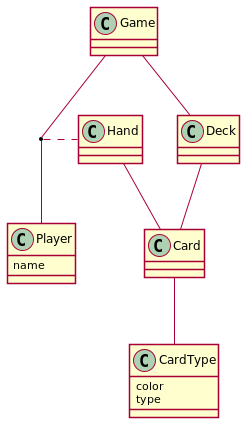
Earlier version of the PlantUML export asciidocs/images/class-diagramm.png (2122-3bhitm-itp/02-project-uno).
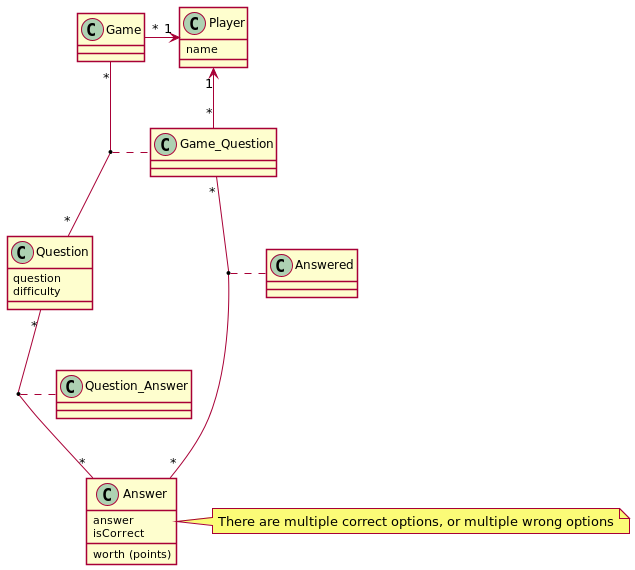
The same diagram one commit later.

Diff of the diagram source:
```diff
@@ -2,23 +2,48 @@
 skinparam backgroundcolor transparent
 skinparam shadowing false
 
-class Game {}
-class Player {
+top to bottom direction
+
+class Game{}
+
+class Player{
     name
 }
-class Hand {}
-class Card {}
-class Deck {}
-class CardType {
-    color
-    type
+
+class Question {
+    question
+    difficulty
 }
 
-Game -- Player
-(Player, Game) .. Hand
-Hand -- Card
-Card -- CardType
-Game -- Deck
-Deck -- Card
+class Answer{
+    answer
+    isCorrect
+    worth (points)
+}
 
+class Game_Question{}
+
+class Question_Answer{}
+
+class Answered{}
+
+Player "1" <-left- "*" Game
+
+Game_Question "*"-left->"1" Player
+
+Game "*" -- "*" Question
+
+(Game,Question) .. Game_Question
+
+Question "*"--"*" Answer
+
+Question_Answer .. (Question, Answer)
+
+Game_Question "*"--"*" Answer
+
+(Game_Question, Answer) .. Answered
+
+note right of Answer
+    There are multiple correct options, or multiple wrong options
+end note
 @enduml
```
